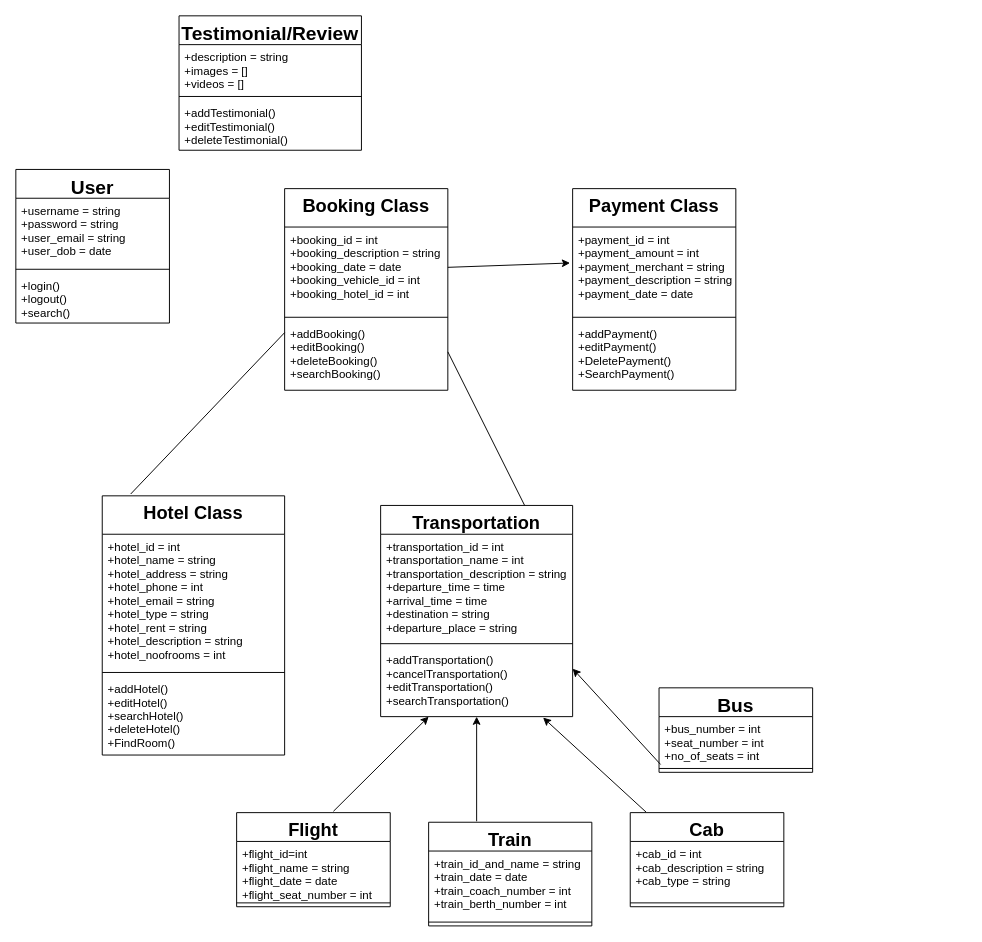
Before: Untitled Diagram.drawio in bidya01/Programs, a draw.io diagram. Source tidied: cells renumbered, new cells numbered last; positions are measured from the earlier drawing's top-left corner, leaving out a move shared by most shapes. Both pictures are drawn from the tidied source at 96%, with x=0, y=0 at pixel (15, 15).
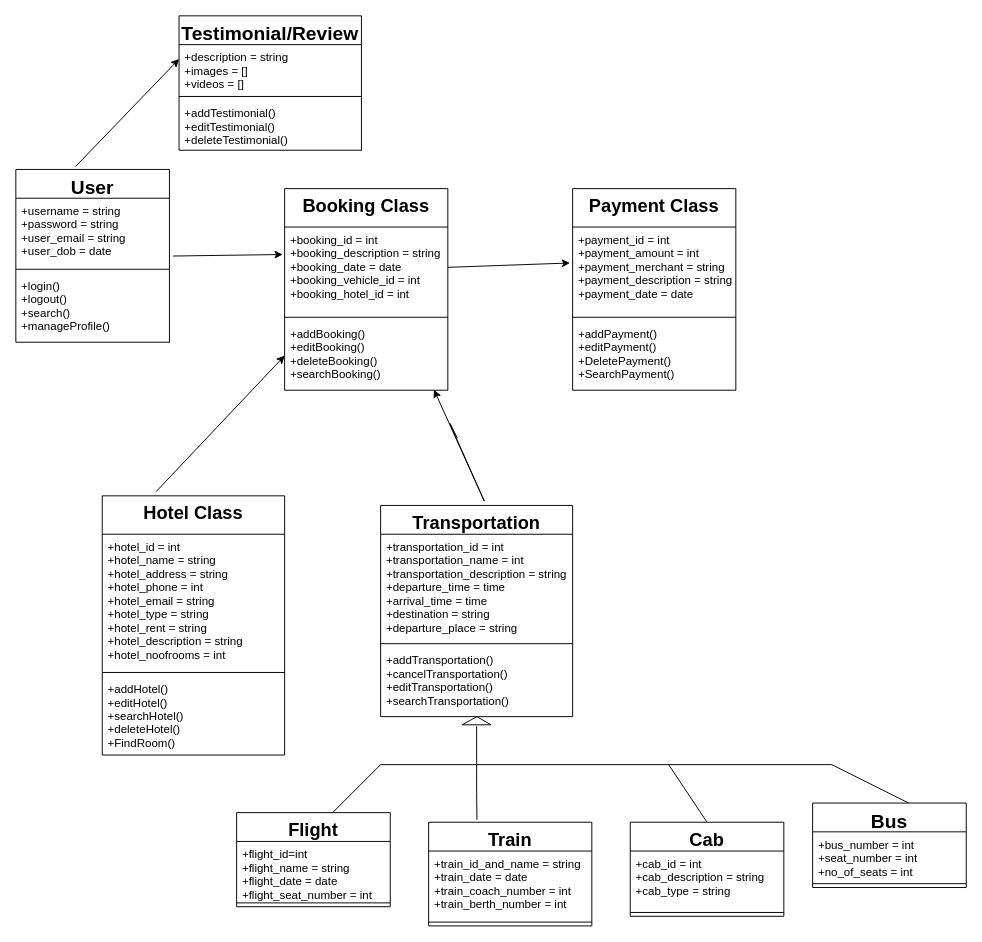
The same page after the edit.

Unchanged cells that the change refers to:
```xml
<mxCell id="2" value="Hotel Class" style="swimlane;fontStyle=1;align=center;verticalAlign=top;horizontal=1;startSize=40;fontSize=19;" parent="1" vertex="1">
  <mxGeometry x="90" y="500" width="190" height="270" as="geometry" />
</mxCell>
<mxCell id="6" value="Flight" style="swimlane;fontStyle=1;align=center;verticalAlign=top;horizontal=1;startSize=30;fontSize=19;" parent="1" vertex="1">
  <mxGeometry x="230" y="830" width="160" height="98" as="geometry" />
</mxCell>
<mxCell id="9" value="Train" style="swimlane;fontStyle=1;align=center;verticalAlign=top;horizontal=1;startSize=30;fontSize=19;" parent="1" vertex="1">
  <mxGeometry x="430" y="840" width="170" height="108" as="geometry" />
</mxCell>
<mxCell id="12" value="Transportation" style="swimlane;fontStyle=1;align=center;verticalAlign=top;horizontal=1;startSize=30;fontSize=19;" parent="1" vertex="1">
  <mxGeometry x="380" y="510" width="200" height="220" as="geometry" />
</mxCell>
<mxCell id="15" value="+addTransportation()&#10;+cancelTransportation()&#10;+editTransportation()&#10;+searchTransportation()&#10;" style="text;strokeColor=none;fillColor=none;align=left;verticalAlign=top;spacingLeft=4;spacingRight=4;overflow=hidden;points=[[0,0.5],[1,0.5]];portConstraint=eastwest;" parent="12" vertex="1">
  <mxGeometry y="148" width="200" height="72" as="geometry" />
</mxCell>
<mxCell id="20" value="+bus_number = int&#10;+seat_number = int&#10;+no_of_seats = int&#10;" style="text;strokeColor=none;fillColor=none;align=left;verticalAlign=top;spacingLeft=4;spacingRight=4;overflow=hidden;points=[[0,0.5],[1,0.5]];portConstraint=eastwest;" parent="19" vertex="1">
  <mxGeometry y="30" width="160" height="50" as="geometry" />
</mxCell>
<mxCell id="23" value="+booking_id = int&#10;+booking_description = string&#10;+booking_date = date&#10;+booking_vehicle_id = int&#10;+booking_hotel_id = int&#10;" style="text;strokeColor=none;fillColor=none;align=left;verticalAlign=top;spacingLeft=4;spacingRight=4;overflow=hidden;points=[[0,0.5],[1,0.5]];portConstraint=eastwest;" parent="22" vertex="1">
  <mxGeometry y="40" width="170" height="90" as="geometry" />
</mxCell>
<mxCell id="25" value="+addBooking()&#10;+editBooking()&#10;+deleteBooking()&#10;+searchBooking()&#10;" style="text;strokeColor=none;fillColor=none;align=left;verticalAlign=top;spacingLeft=4;spacingRight=4;overflow=hidden;points=[[0,0.5],[1,0.5]];portConstraint=eastwest;" parent="22" vertex="1">
  <mxGeometry y="138" width="170" height="72" as="geometry" />
</mxCell>
<mxCell id="38" value="+username = string&#10;+password = string&#10;+user_email = string&#10;+user_dob = date&#10;" style="text;strokeColor=none;fillColor=none;align=left;verticalAlign=top;spacingLeft=4;spacingRight=4;overflow=hidden;points=[[0,0.5],[1,0.5]];portConstraint=eastwest;" parent="37" vertex="1">
  <mxGeometry y="30" width="160" height="70" as="geometry" />
</mxCell>
```

The edit, as a diff of the source:
```diff
@@
     <mxCell id="16" value="Cab" style="swimlane;fontStyle=1;align=center;verticalAlign=top;horizontal=1;startSize=30;fontSize=19;" parent="1" vertex="1">
-      <mxGeometry x="640" y="830" width="160" height="98" as="geometry" />
+      <mxGeometry x="640" y="840" width="160" height="98" as="geometry" />
     </mxCell>
@@
     <mxCell id="19" value="Bus" style="swimlane;fontStyle=1;align=center;verticalAlign=top;horizontal=1;startSize=30;fontSize=20;" parent="1" vertex="1">
-      <mxGeometry x="670" y="700" width="160" height="88" as="geometry" />
+      <mxGeometry x="830" y="820" width="160" height="88" as="geometry" />
     </mxCell>
@@
-    <mxCell id="30" style="endArrow=classic;html=1;fontSize=20;" parent="1" edge="1">
-      <mxGeometry relative="1" as="geometry">
-        <mxPoint x="480" y="839" as="sourcePoint" />
-        <mxPoint x="480" y="730" as="targetPoint" />
-      </mxGeometry>
-    </mxCell>
-    <mxCell id="31" style="endArrow=classic;html=1;fontSize=20;exitX=0.103;exitY=-0.006;exitDx=0;exitDy=0;exitPerimeter=0;entryX=0.846;entryY=1.014;entryDx=0;entryDy=0;entryPerimeter=0;" parent="1" edge="1" source="16" target="15">
-      <mxGeometry relative="1" as="geometry" />
-    </mxCell>
-    <mxCell id="32" style="endArrow=classic;html=1;fontSize=20;exitX=0.01;exitY=0.996;exitDx=0;exitDy=0;exitPerimeter=0;" parent="1" edge="1" source="20">
-      <mxGeometry relative="1" as="geometry">
-        <mxPoint x="580" y="680" as="targetPoint" />
-      </mxGeometry>
-    </mxCell>
-    <mxCell id="33" style="endArrow=none;html=1;fontSize=20;exitX=0.75;exitY=0;exitDx=0;exitDy=0;" parent="1" edge="1" source="12">
-      <mxGeometry relative="1" as="geometry">
-        <mxPoint x="450" y="350" as="targetPoint" />
-      </mxGeometry>
-    </mxCell>
-    <mxCell id="34" style="endArrow=none;html=1;fontSize=20;exitX=0.156;exitY=-0.007;exitDx=0;exitDy=0;exitPerimeter=0;" parent="1" edge="1" source="2">
-      <mxGeometry relative="1" as="geometry">
-        <mxPoint x="280" y="330" as="targetPoint" />
-      </mxGeometry>
-    </mxCell>
-    <mxCell id="35" style="endArrow=classic;html=1;fontSize=20;exitX=0.63;exitY=-0.014;exitDx=0;exitDy=0;exitPerimeter=0;" parent="1" edge="1" source="6">
-      <mxGeometry relative="1" as="geometry">
-        <mxPoint x="430" y="730" as="targetPoint" />
-      </mxGeometry>
-    </mxCell>
@@
     <mxCell id="37" value="User" style="swimlane;fontStyle=1;align=center;verticalAlign=top;horizontal=1;startSize=30;fontSize=20;" parent="1" vertex="1">
-      <mxGeometry y="160" width="160" height="160" as="geometry" />
+      <mxGeometry y="160" width="160" height="180" as="geometry" />
     </mxCell>
@@
-    <mxCell id="40" value="+login()&#10;+logout()&#10;+search()" style="text;strokeColor=none;fillColor=none;align=left;verticalAlign=top;spacingLeft=4;spacingRight=4;overflow=hidden;" parent="37" vertex="1">
-      <mxGeometry y="108" width="160" height="52" as="geometry" />
+    <mxCell id="40" value="+login()&#10;+logout()&#10;+search()&#10;+manageProfile()" style="text;strokeColor=none;fillColor=none;align=left;verticalAlign=top;spacingLeft=4;spacingRight=4;overflow=hidden;" parent="37" vertex="1">
+      <mxGeometry y="108" width="160" height="72" as="geometry" />
     </mxCell>
@@
+    <mxCell id="45" style="endArrow=classic;html=1;entryX=0;entryY=0.5;entryDx=0;entryDy=0;exitX=0.295;exitY=-0.016;exitDx=0;exitDy=0;exitPerimeter=0;" parent="1" edge="1" source="2" target="25">
+      <mxGeometry relative="1" as="geometry" />
+    </mxCell>
+    <mxCell id="46" style="endArrow=classic;html=1;entryX=0.915;entryY=0.992;entryDx=0;entryDy=0;entryPerimeter=0;" parent="1" edge="1" target="25">
+      <mxGeometry relative="1" as="geometry">
+        <mxPoint x="460" y="440" as="sourcePoint" />
+        <Array as="points">
+          <mxPoint x="450" y="420" />
+          <mxPoint x="490" y="510" />
+        </Array>
+      </mxGeometry>
+    </mxCell>
+    <mxCell id="47" style="endArrow=classic;html=1;exitX=0.388;exitY=-0.016;exitDx=0;exitDy=0;exitPerimeter=0;" parent="1" edge="1" source="37">
+      <mxGeometry relative="1" as="geometry">
+        <mxPoint x="170" y="45" as="targetPoint" />
+      </mxGeometry>
+    </mxCell>
+    <mxCell id="48" style="endArrow=classic;html=1;exitX=1.023;exitY=0.86;exitDx=0;exitDy=0;exitPerimeter=0;entryX=-0.012;entryY=0.318;entryDx=0;entryDy=0;entryPerimeter=0;" parent="1" edge="1" source="38" target="23">
+      <mxGeometry relative="1" as="geometry" />
+    </mxCell>
+    <mxCell id="49" style="verticalLabelPosition=bottom;verticalAlign=top;html=1;shape=mxgraph.basic.acute_triangle;dx=0.51;" parent="1" vertex="1">
+      <mxGeometry x="465" y="730" width="30" height="8.5" as="geometry" />
+    </mxCell>
+    <mxCell id="50" style="endArrow=none;html=1;exitX=0.296;exitY=-0.024;exitDx=0;exitDy=0;exitPerimeter=0;" parent="1" edge="1" source="9">
+      <mxGeometry relative="1" as="geometry">
+        <mxPoint x="480" y="740" as="targetPoint" />
+        <Array as="points">
+          <mxPoint x="480" y="810" />
+        </Array>
+      </mxGeometry>
+    </mxCell>
+    <mxCell id="51" style="endArrow=none;html=1;" parent="1" edge="1">
+      <mxGeometry relative="1" as="geometry">
+        <mxPoint x="330" y="830" as="sourcePoint" />
+        <mxPoint x="380" y="780" as="targetPoint" />
+      </mxGeometry>
+    </mxCell>
+    <mxCell id="52" style="endArrow=none;html=1;" parent="1" edge="1">
+      <mxGeometry relative="1" as="geometry">
+        <mxPoint x="380" y="780" as="sourcePoint" />
+        <mxPoint x="850" y="780" as="targetPoint" />
+      </mxGeometry>
+    </mxCell>
+    <mxCell id="53" style="endArrow=none;html=1;" parent="1" edge="1">
+      <mxGeometry relative="1" as="geometry">
+        <mxPoint x="720" y="840" as="sourcePoint" />
+        <mxPoint x="680" y="780" as="targetPoint" />
+      </mxGeometry>
+    </mxCell>
+    <mxCell id="54" style="endArrow=none;html=1;" parent="1" edge="1">
+      <mxGeometry relative="1" as="geometry">
+        <mxPoint x="850" y="780" as="sourcePoint" />
+        <mxPoint x="930" y="820" as="targetPoint" />
+      </mxGeometry>
+    </mxCell>
```
